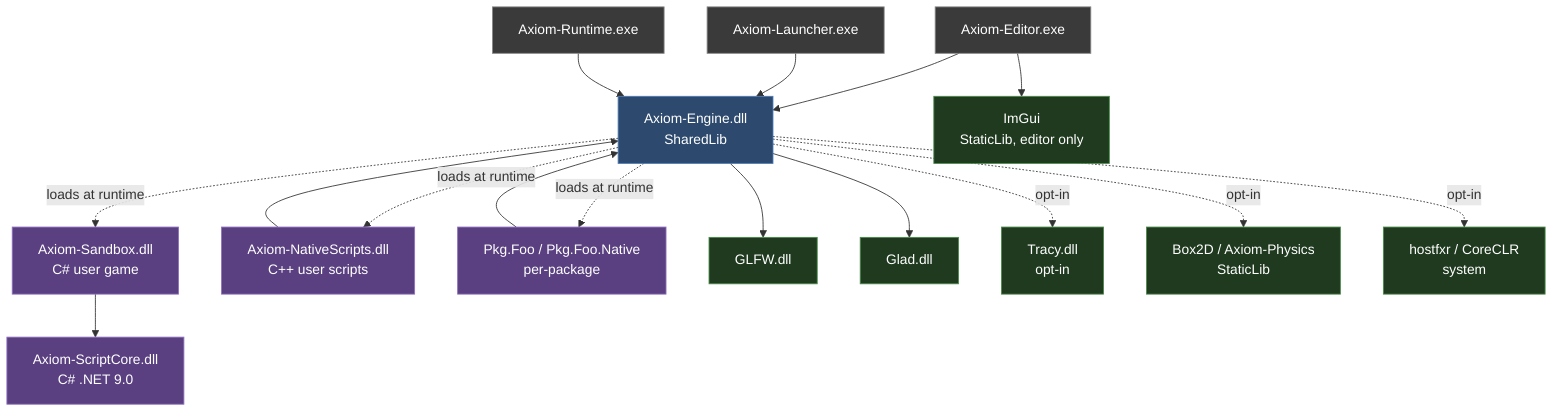
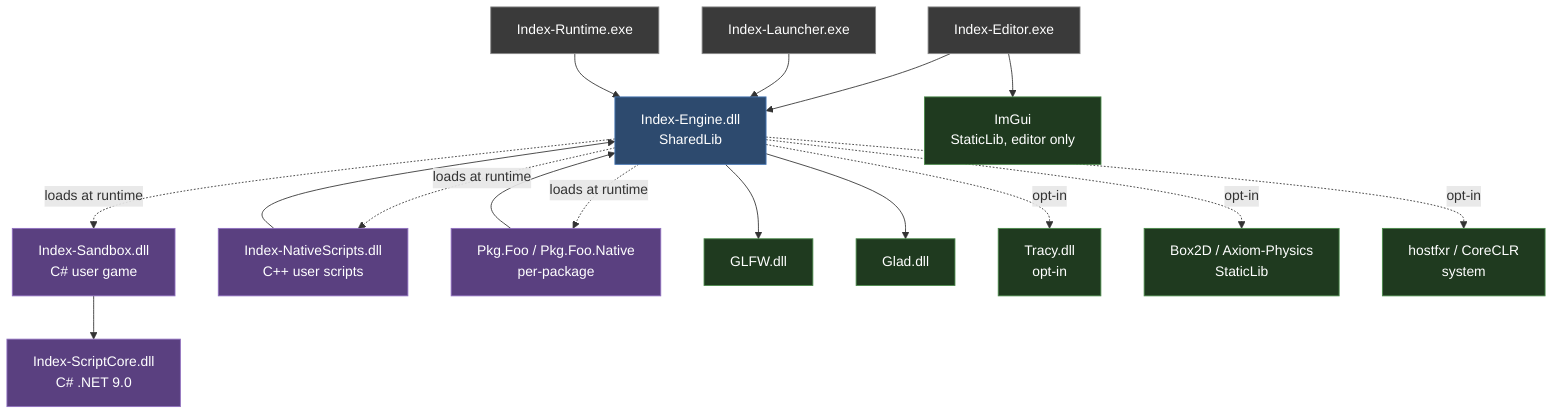
graph TD
    classDef engine fill:#2d4a6e,stroke:#4a7ab8,color:#fff
    classDef binary fill:#3a3a3a,stroke:#888,color:#fff
    classDef csharp fill:#5a4080,stroke:#9070c0,color:#fff
    classDef ext fill:#1f3a1f,stroke:#4a8a4a,color:#fff

-     AE[Axiom-Engine.dll<br/>SharedLib]:::engine
-     EDIT[Axiom-Editor.exe]:::binary
-     LAUN[Axiom-Launcher.exe]:::binary
-     RUN[Axiom-Runtime.exe]:::binary
-     SC[Axiom-ScriptCore.dll<br/>C# .NET 9.0]:::csharp
-     SB[Axiom-Sandbox.dll<br/>C# user game]:::csharp
-     NS[Axiom-NativeScripts.dll<br/>C++ user scripts]:::csharp
+     AE[Index-Engine.dll<br/>SharedLib]:::engine
+     EDIT[Index-Editor.exe]:::binary
+     LAUN[Index-Launcher.exe]:::binary
+     RUN[Index-Runtime.exe]:::binary
+     SC[Index-ScriptCore.dll<br/>C# .NET 9.0]:::csharp
+     SB[Index-Sandbox.dll<br/>C# user game]:::csharp
+     NS[Index-NativeScripts.dll<br/>C++ user scripts]:::csharp
    PKG[Pkg.Foo / Pkg.Foo.Native<br/>per-package]:::csharp

    GLFW[GLFW.dll]:::ext
    GLAD[Glad.dll]:::ext
    TRACY[Tracy.dll<br/>opt-in]:::ext
    IMGUI[ImGui<br/>StaticLib, editor only]:::ext
    BOX2D[Box2D / Axiom-Physics<br/>StaticLib]:::ext
    NET[hostfxr / CoreCLR<br/>system]:::ext

    EDIT --> AE
    LAUN --> AE
    RUN --> AE
    AE --> GLFW
    AE --> GLAD
    AE -.->|opt-in| TRACY
    EDIT --> IMGUI
    AE -.->|opt-in| BOX2D
    AE -.->|opt-in| NET
    SB --> SC
    NS --> AE
    PKG --> AE
    AE -. loads at runtime .-> SB
    AE -. loads at runtime .-> NS
    AE -. loads at runtime .-> PKG
